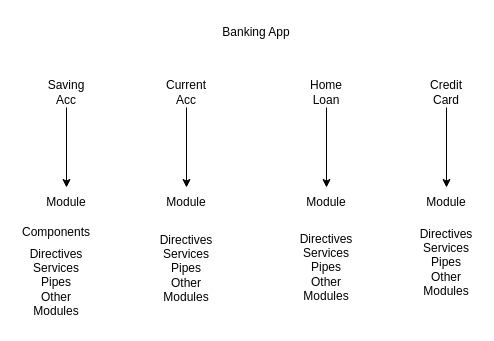
The draw.io diagram page "Page-2" (2 of 11) of references/ng-diagrams.drawio in synergy2411/ng-oct25, before the edit. Source tidied: cells renumbered, new cells numbered last; positions are measured from the earlier drawing's top-left corner, leaving out a move shared by most shapes. Both pictures are drawn from the tidied source at 100%, with x=0, y=0 at pixel (26, 17).
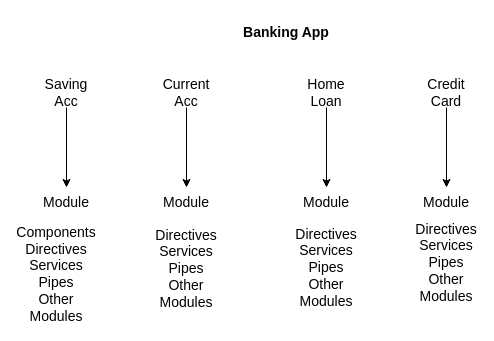
The same diagram, later.

Commit message (it also covers changes not shown here):
lazily loaded module added

Change to the diagram source:
```diff
@@
 <mxGraphModel>
   <root>
     <mxCell id="0" />
     <mxCell id="1" parent="0" />
-    <mxCell id="2" value="Banking App" style="text;html=1;whiteSpace=wrap;strokeColor=none;fillColor=none;align=center;verticalAlign=middle;rounded=0;" parent="1" vertex="1">
-      <mxGeometry x="190" width="80" height="30" as="geometry" />
+    <mxCell id="2" value="Banking App" style="text;html=1;whiteSpace=wrap;strokeColor=none;fillColor=none;align=center;verticalAlign=middle;rounded=0;fontSize=14;fontStyle=1;" parent="1" vertex="1">
+      <mxGeometry x="190" width="140" height="30" as="geometry" />
     </mxCell>
-    <mxCell id="3" style="edgeStyle=orthogonalEdgeStyle;rounded=0;jettySize=auto;html=1;" parent="1" edge="1" source="4" target="11">
+    <mxCell id="3" style="edgeStyle=orthogonalEdgeStyle;rounded=0;jettySize=auto;html=1;fontSize=14;" parent="1" edge="1" source="4" target="11">
       <mxGeometry relative="1" as="geometry" />
     </mxCell>
-    <mxCell id="4" value="Saving Acc" style="text;html=1;whiteSpace=wrap;strokeColor=none;fillColor=none;align=center;verticalAlign=middle;rounded=0;" parent="1" vertex="1">
+    <mxCell id="4" value="Saving Acc" style="text;html=1;whiteSpace=wrap;strokeColor=none;fillColor=none;align=center;verticalAlign=middle;rounded=0;fontSize=14;" parent="1" vertex="1">
       <mxGeometry x="10" y="60" width="60" height="30" as="geometry" />
     </mxCell>
-    <mxCell id="5" style="edgeStyle=orthogonalEdgeStyle;rounded=0;jettySize=auto;html=1;" parent="1" edge="1" source="6" target="12">
+    <mxCell id="5" style="edgeStyle=orthogonalEdgeStyle;rounded=0;jettySize=auto;html=1;fontSize=14;" parent="1" edge="1" source="6" target="12">
       <mxGeometry relative="1" as="geometry" />
     </mxCell>
-    <mxCell id="6" value="Current Acc" style="text;html=1;whiteSpace=wrap;strokeColor=none;fillColor=none;align=center;verticalAlign=middle;rounded=0;" parent="1" vertex="1">
+    <mxCell id="6" value="Current Acc" style="text;html=1;whiteSpace=wrap;strokeColor=none;fillColor=none;align=center;verticalAlign=middle;rounded=0;fontSize=14;" parent="1" vertex="1">
       <mxGeometry x="130" y="60" width="60" height="30" as="geometry" />
     </mxCell>
-    <mxCell id="7" style="edgeStyle=orthogonalEdgeStyle;rounded=0;jettySize=auto;html=1;" parent="1" edge="1" source="8" target="13">
+    <mxCell id="7" style="edgeStyle=orthogonalEdgeStyle;rounded=0;jettySize=auto;html=1;fontSize=14;" parent="1" edge="1" source="8" target="13">
       <mxGeometry relative="1" as="geometry" />
     </mxCell>
-    <mxCell id="8" value="Home Loan" style="text;html=1;whiteSpace=wrap;strokeColor=none;fillColor=none;align=center;verticalAlign=middle;rounded=0;" parent="1" vertex="1">
+    <mxCell id="8" value="Home Loan" style="text;html=1;whiteSpace=wrap;strokeColor=none;fillColor=none;align=center;verticalAlign=middle;rounded=0;fontSize=14;" parent="1" vertex="1">
       <mxGeometry x="270" y="60" width="60" height="30" as="geometry" />
     </mxCell>
-    <mxCell id="9" style="edgeStyle=orthogonalEdgeStyle;rounded=0;jettySize=auto;html=1;" parent="1" edge="1" source="10" target="14">
+    <mxCell id="9" style="edgeStyle=orthogonalEdgeStyle;rounded=0;jettySize=auto;html=1;fontSize=14;" parent="1" edge="1" source="10" target="14">
       <mxGeometry relative="1" as="geometry" />
     </mxCell>
-    <mxCell id="10" value="Credit Card" style="text;html=1;whiteSpace=wrap;strokeColor=none;fillColor=none;align=center;verticalAlign=middle;rounded=0;" parent="1" vertex="1">
+    <mxCell id="10" value="Credit Card" style="text;html=1;whiteSpace=wrap;strokeColor=none;fillColor=none;align=center;verticalAlign=middle;rounded=0;fontSize=14;" parent="1" vertex="1">
       <mxGeometry x="390" y="60" width="60" height="30" as="geometry" />
     </mxCell>
-    <mxCell id="11" value="Module" style="text;html=1;whiteSpace=wrap;strokeColor=none;fillColor=none;align=center;verticalAlign=middle;rounded=0;" parent="1" vertex="1">
+    <mxCell id="11" value="Module" style="text;html=1;whiteSpace=wrap;strokeColor=none;fillColor=none;align=center;verticalAlign=middle;rounded=0;fontSize=14;" parent="1" vertex="1">
       <mxGeometry x="10" y="170" width="60" height="30" as="geometry" />
     </mxCell>
-    <mxCell id="12" value="Module" style="text;html=1;whiteSpace=wrap;strokeColor=none;fillColor=none;align=center;verticalAlign=middle;rounded=0;" parent="1" vertex="1">
+    <mxCell id="12" value="Module" style="text;html=1;whiteSpace=wrap;strokeColor=none;fillColor=none;align=center;verticalAlign=middle;rounded=0;fontSize=14;" parent="1" vertex="1">
       <mxGeometry x="130" y="170" width="60" height="30" as="geometry" />
     </mxCell>
-    <mxCell id="13" value="Module" style="text;html=1;whiteSpace=wrap;strokeColor=none;fillColor=none;align=center;verticalAlign=middle;rounded=0;" parent="1" vertex="1">
+    <mxCell id="13" value="Module" style="text;html=1;whiteSpace=wrap;strokeColor=none;fillColor=none;align=center;verticalAlign=middle;rounded=0;fontSize=14;" parent="1" vertex="1">
       <mxGeometry x="270" y="170" width="60" height="30" as="geometry" />
     </mxCell>
-    <mxCell id="14" value="Module" style="text;html=1;whiteSpace=wrap;strokeColor=none;fillColor=none;align=center;verticalAlign=middle;rounded=0;" parent="1" vertex="1">
+    <mxCell id="14" value="Module" style="text;html=1;whiteSpace=wrap;strokeColor=none;fillColor=none;align=center;verticalAlign=middle;rounded=0;fontSize=14;" parent="1" vertex="1">
       <mxGeometry x="390" y="170" width="60" height="30" as="geometry" />
     </mxCell>
-    <mxCell id="15" value="Components" style="text;html=1;whiteSpace=wrap;strokeColor=none;fillColor=none;align=center;verticalAlign=middle;rounded=0;" parent="1" vertex="1">
+    <mxCell id="15" value="Components" style="text;html=1;whiteSpace=wrap;strokeColor=none;fillColor=none;align=center;verticalAlign=middle;rounded=0;fontSize=14;" parent="1" vertex="1">
       <mxGeometry y="200" width="60" height="30" as="geometry" />
     </mxCell>
-    <mxCell id="16" value="Directives&lt;div&gt;Services&lt;/div&gt;&lt;div&gt;Pipes&lt;/div&gt;&lt;div&gt;Other Modules&lt;/div&gt;" style="text;html=1;whiteSpace=wrap;strokeColor=none;fillColor=none;align=center;verticalAlign=middle;rounded=0;" parent="1" vertex="1">
+    <mxCell id="16" value="Directives&lt;div&gt;Services&lt;/div&gt;&lt;div&gt;Pipes&lt;/div&gt;&lt;div&gt;Other Modules&lt;/div&gt;" style="text;html=1;whiteSpace=wrap;strokeColor=none;fillColor=none;align=center;verticalAlign=middle;rounded=0;fontSize=14;" parent="1" vertex="1">
       <mxGeometry y="250" width="60" height="30" as="geometry" />
     </mxCell>
-    <mxCell id="17" value="Directives&lt;div&gt;Services&lt;/div&gt;&lt;div&gt;Pipes&lt;/div&gt;&lt;div&gt;Other Modules&lt;/div&gt;" style="text;html=1;whiteSpace=wrap;strokeColor=none;fillColor=none;align=center;verticalAlign=middle;rounded=0;" parent="1" vertex="1">
+    <mxCell id="17" value="Directives&lt;div&gt;Services&lt;/div&gt;&lt;div&gt;Pipes&lt;/div&gt;&lt;div&gt;Other Modules&lt;/div&gt;" style="text;html=1;whiteSpace=wrap;strokeColor=none;fillColor=none;align=center;verticalAlign=middle;rounded=0;fontSize=14;" parent="1" vertex="1">
       <mxGeometry x="130" y="250" width="60" as="geometry" />
     </mxCell>
-    <mxCell id="18" value="Directives&lt;div&gt;Services&lt;/div&gt;&lt;div&gt;Pipes&lt;/div&gt;&lt;div&gt;Other Modules&lt;/div&gt;" style="text;html=1;whiteSpace=wrap;strokeColor=none;fillColor=none;align=center;verticalAlign=middle;rounded=0;" parent="1" vertex="1">
+    <mxCell id="18" value="Directives&lt;div&gt;Services&lt;/div&gt;&lt;div&gt;Pipes&lt;/div&gt;&lt;div&gt;Other Modules&lt;/div&gt;" style="text;html=1;whiteSpace=wrap;strokeColor=none;fillColor=none;align=center;verticalAlign=middle;rounded=0;fontSize=14;" parent="1" vertex="1">
       <mxGeometry x="270" y="235" width="60" height="30" as="geometry" />
     </mxCell>
-    <mxCell id="19" value="Directives&lt;div&gt;Services&lt;/div&gt;&lt;div&gt;Pipes&lt;/div&gt;&lt;div&gt;Other Modules&lt;/div&gt;" style="text;html=1;whiteSpace=wrap;strokeColor=none;fillColor=none;align=center;verticalAlign=middle;rounded=0;" parent="1" vertex="1">
+    <mxCell id="19" value="Directives&lt;div&gt;Services&lt;/div&gt;&lt;div&gt;Pipes&lt;/div&gt;&lt;div&gt;Other Modules&lt;/div&gt;" style="text;html=1;whiteSpace=wrap;strokeColor=none;fillColor=none;align=center;verticalAlign=middle;rounded=0;fontSize=14;" parent="1" vertex="1">
       <mxGeometry x="390" y="230" width="60" height="30" as="geometry" />
     </mxCell>
   </root>
 </mxGraphModel>
```
